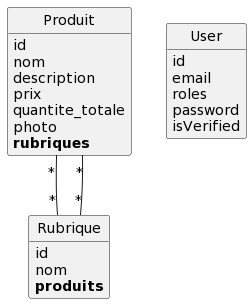
This is puml/index.png from Maha1201/FR_Symfony, a PlantUML export, as it was before one commit.
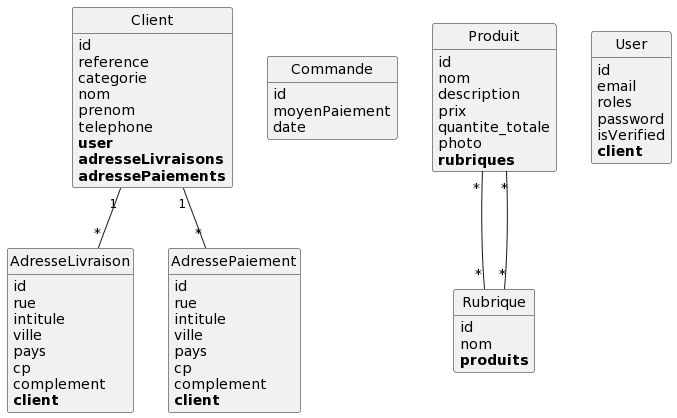
Above is the later version.

The edit, as a diff of the source:
```diff
@@ -1,4 +1,44 @@
 @startuml
+class AdresseLivraison {
+	id
+	rue
+	intitule
+	ville
+	pays
+	cp
+	complement
+	**client**
+}
+
+class AdressePaiement {
+	id
+	rue
+	intitule
+	ville
+	pays
+	cp
+	complement
+	**client**
+}
+
+class Client {
+	id
+	reference
+	categorie
+	nom
+	prenom
+	telephone
+	**user**
+	**adresseLivraisons**
+	**adressePaiements**
+}
+
+class Commande {
+	id
+	moyenPaiement
+	date
+}
+
 class Produit {
 	id
 	nom
@@ -21,8 +61,11 @@
 	roles
 	password
 	isVerified
+	**client**
 }
 
+Client "1"--"*" AdresseLivraison
+Client "1"--"*" AdressePaiement
 Produit "*"--"*" Rubrique
 Rubrique "*"--"*" Produit
 
```
